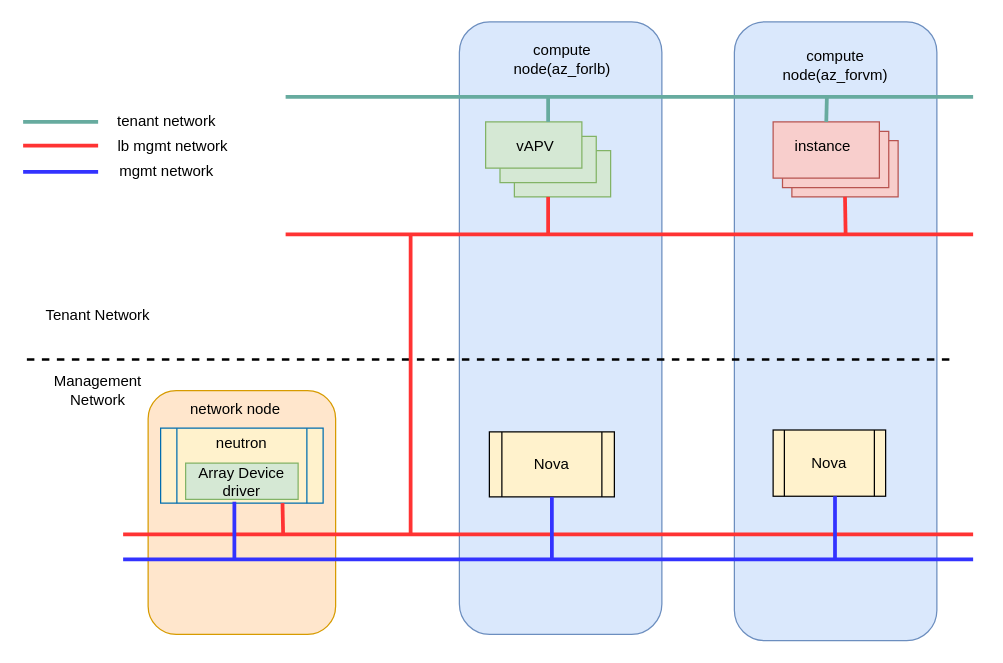
Above: array_deployment_arch.drawio in jarod-w/fordraw.io (draw.io), before the change. Source tidied: cells renumbered, new cells numbered last; positions are measured from the earlier drawing's top-left corner, leaving out a move shared by most shapes. Both pictures are drawn from the tidied source at 125%, with x=0, y=0 at pixel (22, 21).
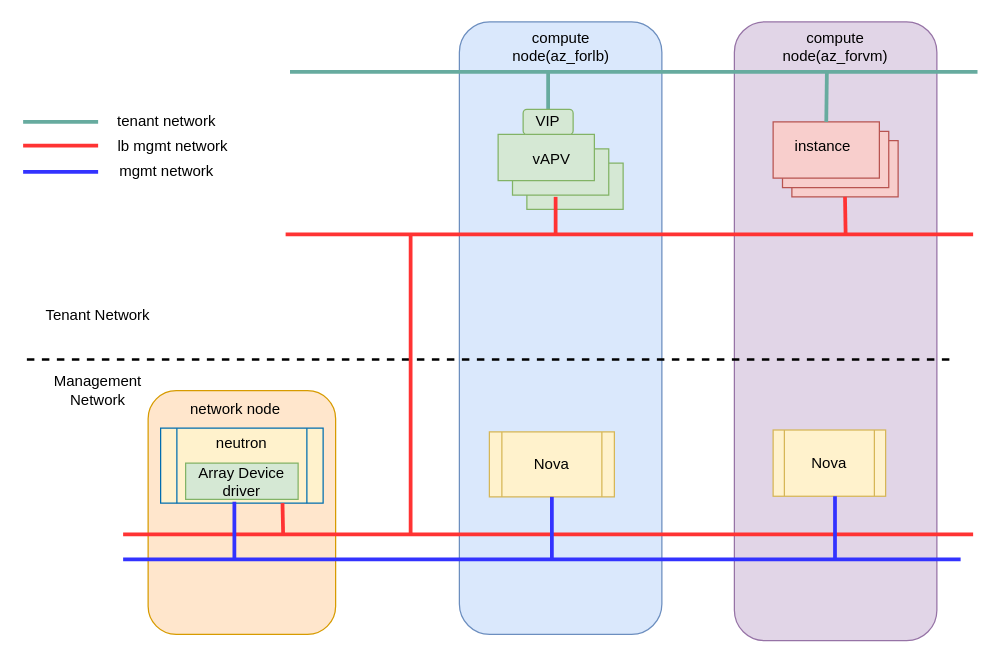
The same page after the edit.

The change refers to these unchanged cells:
```xml
<mxCell id="29" style="verticalLabelPosition=bottom;verticalAlign=top;html=1;shape=mxgraph.basic.layered_rect;dx=15;outlineConnect=0;fillColor=#f8cecc;strokeColor=#b85450;" parent="1" vertex="1">
  <mxGeometry x="600" y="80" width="100" height="60" as="geometry" />
</mxCell>
```

What changed in the source:
```diff
@@
-    <mxCell id="5" style="rounded=1;whiteSpace=wrap;html=1;fillColor=#dae8fc;strokeColor=#6c8ebf;" parent="1" vertex="1">
+    <mxCell id="5" style="rounded=1;whiteSpace=wrap;html=1;fillColor=#e1d5e7;strokeColor=#9673a6;" parent="1" vertex="1">
       <mxGeometry x="569" width="162" height="495" as="geometry" />
     </mxCell>
@@
     <mxCell id="10" style="endArrow=none;html=1;strokeWidth=3;fillColor=#6a00ff;strokeColor=#3333FF;" parent="1" edge="1">
       <mxGeometry relative="1" as="geometry">
         <mxPoint x="80" y="430" as="sourcePoint" />
-        <mxPoint x="760" y="430" as="targetPoint" />
+        <mxPoint x="750" y="430" as="targetPoint" />
       </mxGeometry>
     </mxCell>
@@
-    <mxCell id="16" value="Nova" style="shape=process;whiteSpace=wrap;html=1;backgroundOutline=1;fillColor=#FFF2CC;" parent="1" vertex="1">
+    <mxCell id="16" value="Nova" style="shape=process;whiteSpace=wrap;html=1;backgroundOutline=1;fillColor=#fff2cc;strokeColor=#d6b656;" parent="1" vertex="1">
       <mxGeometry x="373" y="328" width="100" height="52" as="geometry" />
     </mxCell>
-    <mxCell id="17" value="Nova" style="shape=process;whiteSpace=wrap;html=1;backgroundOutline=1;fillColor=#FFF2CC;" parent="1" vertex="1">
+    <mxCell id="17" value="Nova" style="shape=process;whiteSpace=wrap;html=1;backgroundOutline=1;fillColor=#fff2cc;strokeColor=#d6b656;" parent="1" vertex="1">
       <mxGeometry x="600" y="326.5" width="90" height="53" as="geometry" />
     </mxCell>
@@
     <mxCell id="22" style="endArrow=none;html=1;strokeColor=#67AB9F;strokeWidth=3;fillColor=#e1d5e7;" parent="1" edge="1">
       <mxGeometry relative="1" as="geometry">
-        <mxPoint x="210" y="60" as="sourcePoint" />
-        <mxPoint x="760" y="60" as="targetPoint" />
+        <mxPoint x="213.5" y="40" as="sourcePoint" />
+        <mxPoint x="763.5" y="40" as="targetPoint" />
       </mxGeometry>
     </mxCell>
     <mxCell id="23" value="compute node(az_forlb)" style="text;html=1;strokeColor=none;fillColor=none;align=center;verticalAlign=middle;whiteSpace=wrap;rounded=0;" parent="1" vertex="1">
-      <mxGeometry x="373" y="20" width="117" height="20" as="geometry" />
+      <mxGeometry x="371.5" y="10" width="117" height="20" as="geometry" />
     </mxCell>
     <mxCell id="24" value="compute node(az_forvm)" style="text;html=1;strokeColor=none;fillColor=none;align=center;verticalAlign=middle;whiteSpace=wrap;rounded=0;" parent="1" vertex="1">
-      <mxGeometry x="600" y="20" width="100" height="30" as="geometry" />
+      <mxGeometry x="600" y="5" width="100" height="30" as="geometry" />
     </mxCell>
     <mxCell id="25" style="verticalLabelPosition=bottom;verticalAlign=top;html=1;shape=mxgraph.basic.layered_rect;dx=23;outlineConnect=0;fillColor=#d5e8d4;strokeColor=#82b366;" parent="1" vertex="1">
-      <mxGeometry x="370" y="80" width="100" height="60" as="geometry" />
+      <mxGeometry x="380" y="90" width="100" height="60" as="geometry" />
     </mxCell>
     <mxCell id="26" value="vAPV" style="text;html=1;strokeColor=none;fillColor=none;align=center;verticalAlign=middle;whiteSpace=wrap;rounded=0;" parent="1" vertex="1">
-      <mxGeometry x="390" y="90" width="40" height="20" as="geometry" />
+      <mxGeometry x="403" y="100" width="40" height="20" as="geometry" />
     </mxCell>
-    <mxCell id="27" style="endArrow=none;html=1;strokeColor=#67AB9F;strokeWidth=3;" parent="1" edge="1" source="25">
+    <mxCell id="27" style="endArrow=none;html=1;strokeColor=#67AB9F;strokeWidth=3;exitX=0.5;exitY=0;exitDx=0;exitDy=0;" parent="1" edge="1" source="39">
       <mxGeometry relative="1" as="geometry">
-        <mxPoint x="420" y="60" as="targetPoint" />
+        <mxPoint x="420" y="40" as="targetPoint" />
       </mxGeometry>
     </mxCell>
-    <mxCell id="28" style="endArrow=none;html=1;strokeColor=#FF3333;strokeWidth=3;" parent="1" edge="1" source="25">
+    <mxCell id="28" style="endArrow=none;html=1;strokeColor=#FF3333;strokeWidth=3;" parent="1" edge="1">
       <mxGeometry relative="1" as="geometry">
-        <mxPoint x="420" y="170" as="targetPoint" />
+        <mxPoint x="426" y="140" as="sourcePoint" />
+        <mxPoint x="426" y="170" as="targetPoint" />
       </mxGeometry>
     </mxCell>
@@
     <mxCell id="31" style="endArrow=none;html=1;strokeColor=#67AB9F;strokeWidth=3;exitX=0;exitY=0;exitDx=42.5;exitDy=0;exitPerimeter=0;" parent="1" edge="1" source="29">
       <mxGeometry relative="1" as="geometry">
-        <mxPoint x="643" y="60" as="targetPoint" />
+        <mxPoint x="643" y="40" as="targetPoint" />
       </mxGeometry>
     </mxCell>
@@
+    <mxCell id="39" value="VIP" style="rounded=1;whiteSpace=wrap;html=1;fillColor=#d5e8d4;strokeColor=#82b366;" parent="1" vertex="1">
+      <mxGeometry x="400" y="70" width="40" height="20" as="geometry" />
+    </mxCell>
```
